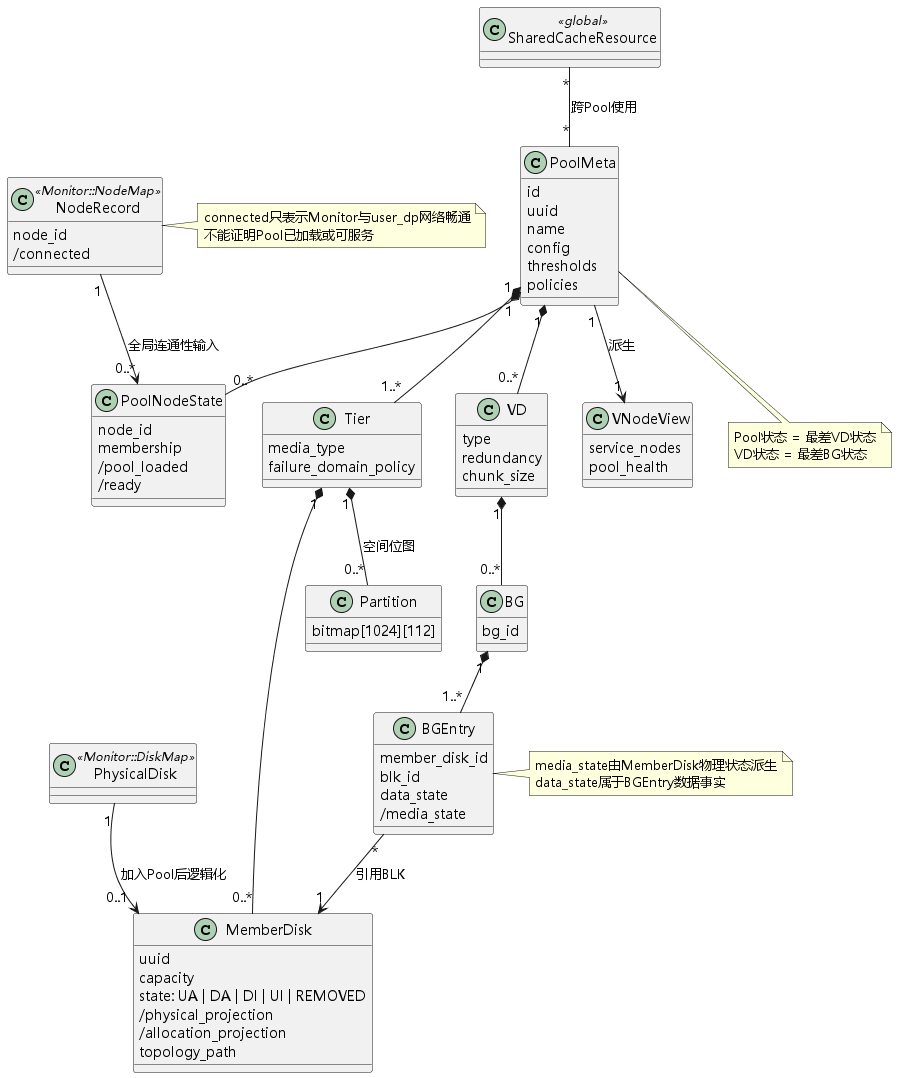
This is pool-control-plane-baseline/assets/domain-model.png from limushu/runtime, a PlantUML export, as it was before one commit.
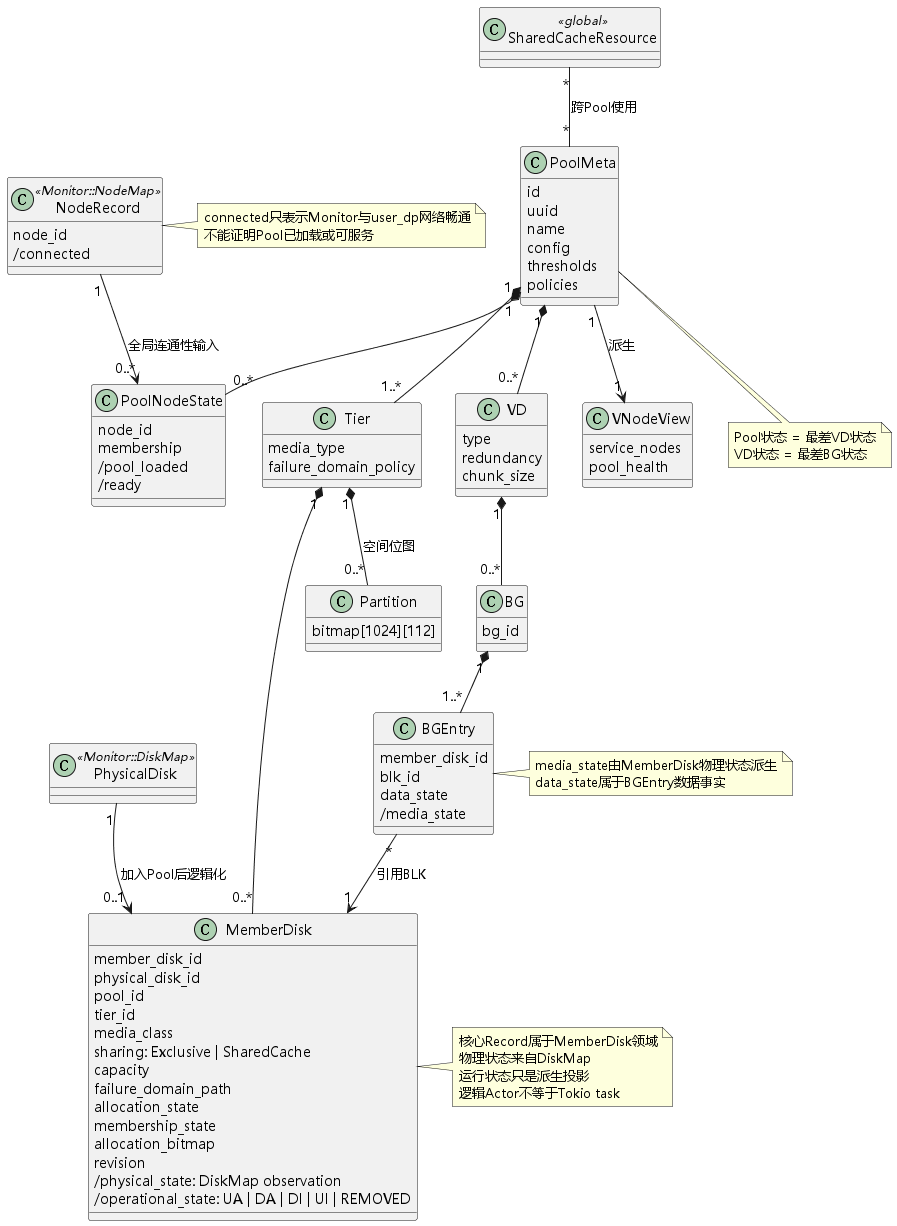
The same diagram one commit later.

Diff of the diagram source:
```diff
@@ -26,12 +26,20 @@
 }
 
 class MemberDisk {
-  uuid
+  member_disk_id
+  physical_disk_id
+  pool_id
+  tier_id
+  media_class
+  sharing: Exclusive | SharedCache
   capacity
-  state: UA | DA | DI | UI | REMOVED
-  /physical_projection
-  /allocation_projection
-  topology_path
+  failure_domain_path
+  allocation_state
+  membership_state
+  allocation_bitmap
+  revision
+  /physical_state: DiskMap observation
+  /operational_state: UA | DA | DI | UI | REMOVED
 }
 
 class Partition {
@@ -94,4 +102,11 @@
 connected只表示Monitor与user_dp网络畅通
 不能证明Pool已加载或可服务
 end note
+
+note right of MemberDisk
+核心Record属于MemberDisk领域
+物理状态来自DiskMap
+运行状态只是派生投影
+逻辑Actor不等于Tokio task
+end note
 @enduml
```
